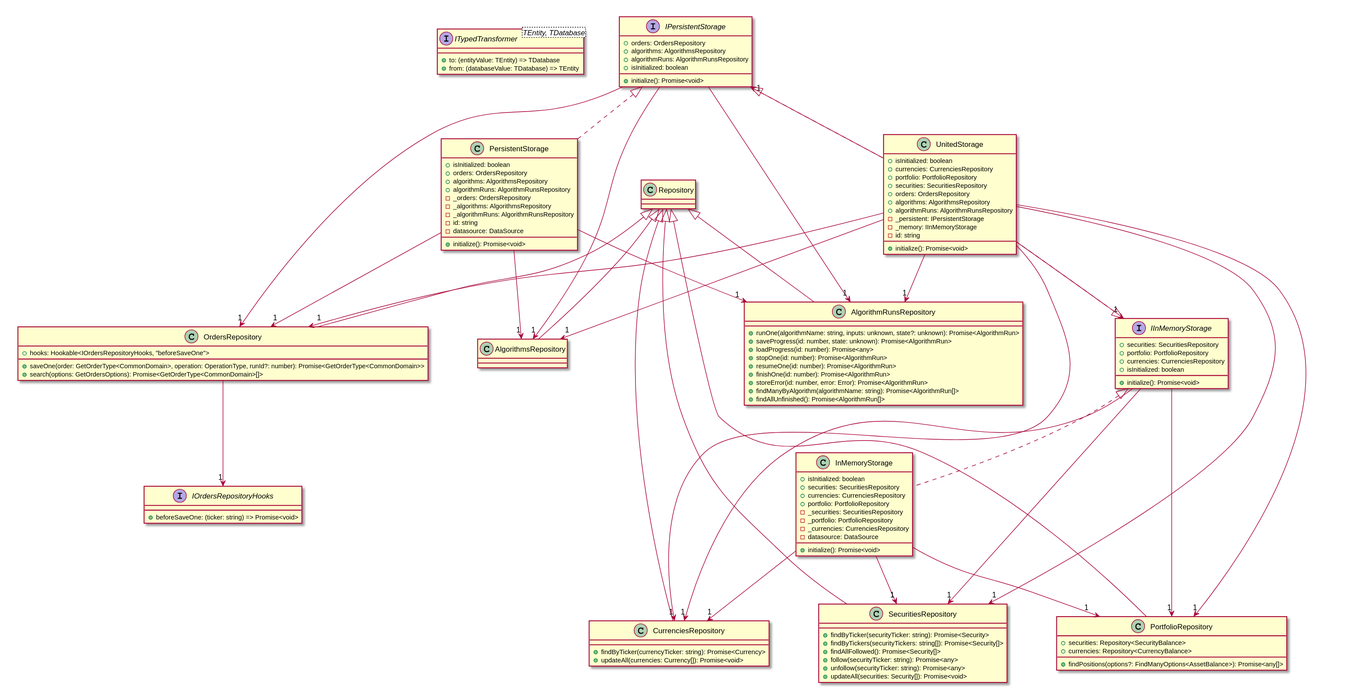
Before: apps/docs/public/diagrams/storage.svg, a diagram exported from PlantUML (d0rich/tradeb0t).
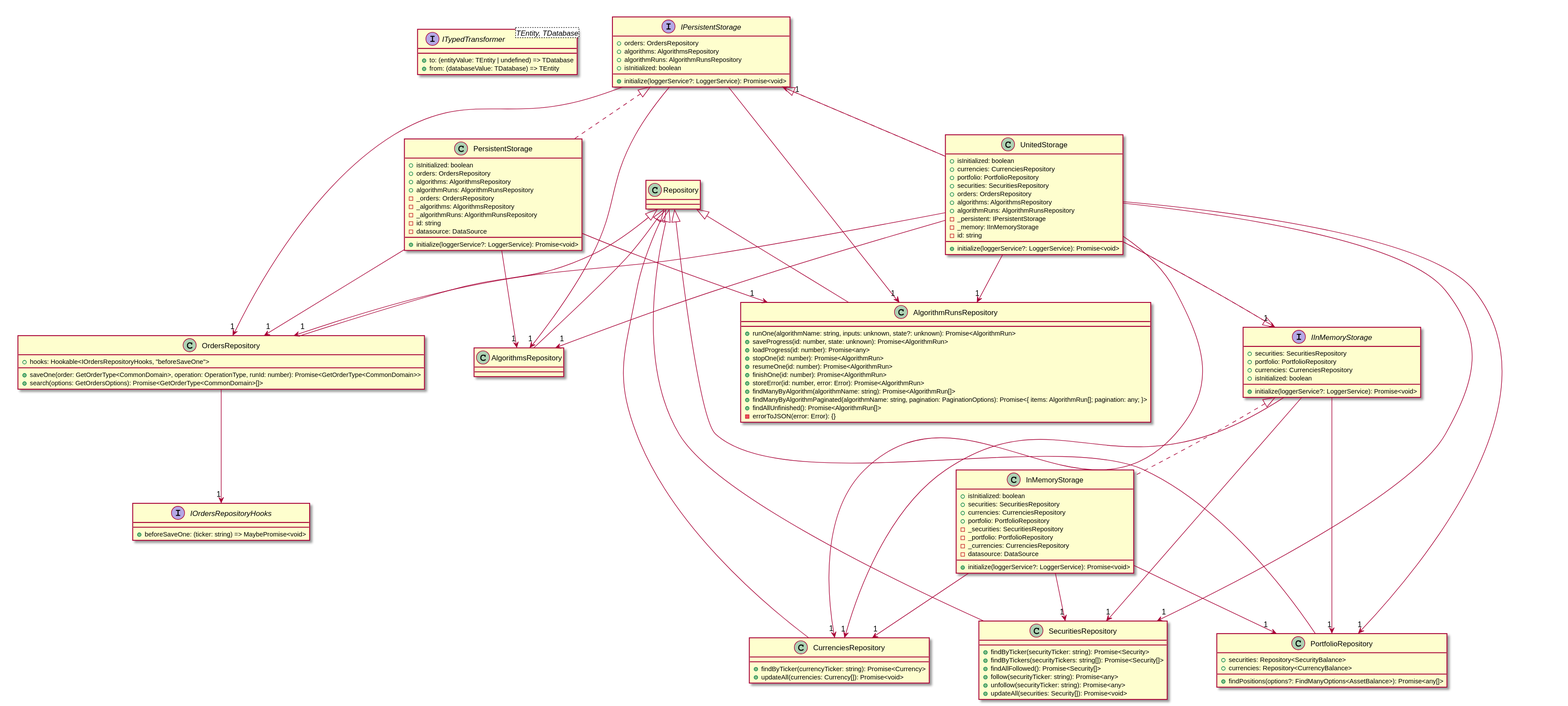
After the change.

What changed in the source:
```diff
@@ -1,6 +1,6 @@
 @startuml
 interface ITypedTransformer<TEntity, TDatabase> {
-    +to: (entityValue: TEntity) => TDatabase
+    +to: (entityValue: TEntity | undefined) => TDatabase
     +from: (databaseValue: TDatabase) => TEntity
 }
 class AlgorithmsRepository extends Repository
@@ -13,14 +13,16 @@
     +finishOne(id: number): Promise<AlgorithmRun>
     +storeError(id: number, error: Error): Promise<AlgorithmRun>
     +findManyByAlgorithm(algorithmName: string): Promise<AlgorithmRun[]>
+    +findManyByAlgorithmPaginated(algorithmName: string, pagination: PaginationOptions): Promise<{ items: AlgorithmRun[]; pagination: any; }>
     +findAllUnfinished(): Promise<AlgorithmRun[]>
+    -errorToJSON(error: Error): {}
 }
 interface IOrdersRepositoryHooks {
-    +beforeSaveOne: (ticker: string) => Promise<void>
+    +beforeSaveOne: (ticker: string) => MaybePromise<void>
 }
 class OrdersRepository extends Repository {
     +hooks: Hookable<IOrdersRepositoryHooks, "beforeSaveOne">
-    +saveOne(order: GetOrderType<CommonDomain>, operation: OperationType, runId?: number): Promise<GetOrderType<CommonDomain>>
+    +saveOne(order: GetOrderType<CommonDomain>, operation: OperationType, runId: number): Promise<GetOrderType<CommonDomain>>
     +search(options: GetOrdersOptions): Promise<GetOrderType<CommonDomain>[]>
 }
 interface IPersistentStorage {
@@ -28,7 +30,7 @@
     +algorithms: AlgorithmsRepository
     +algorithmRuns: AlgorithmRunsRepository
     +isInitialized: boolean
-    +initialize(): Promise<void>
+    +initialize(loggerService?: LoggerService): Promise<void>
 }
 class PersistentStorage implements IPersistentStorage {
     +isInitialized: boolean
@@ -39,7 +41,7 @@
     -_algorithms: AlgorithmsRepository
     -_algorithmRuns: AlgorithmRunsRepository
     -id: string
-    +initialize(): Promise<void>
+    +initialize(loggerService?: LoggerService): Promise<void>
     -datasource: DataSource
 }
 class SecuritiesRepository extends Repository {
@@ -64,7 +66,7 @@
     +portfolio: PortfolioRepository
     +currencies: CurrenciesRepository
     +isInitialized: boolean
-    +initialize(): Promise<void>
+    +initialize(loggerService?: LoggerService): Promise<void>
 }
 class InMemoryStorage implements IInMemoryStorage {
     +isInitialized: boolean
@@ -75,7 +77,7 @@
     -_portfolio: PortfolioRepository
     -_currencies: CurrenciesRepository
     -datasource: DataSource
-    +initialize(): Promise<void>
+    +initialize(loggerService?: LoggerService): Promise<void>
 }
 class UnitedStorage implements IPersistentStorage, IInMemoryStorage {
     +isInitialized: boolean
@@ -88,7 +90,7 @@
     -_persistent: IPersistentStorage
     -_memory: IInMemoryStorage
     -id: string
-    +initialize(): Promise<void>
+    +initialize(loggerService?: LoggerService): Promise<void>
 }
 OrdersRepository --> "1" IOrdersRepositoryHooks
 IPersistentStorage --> "1" OrdersRepository
```
